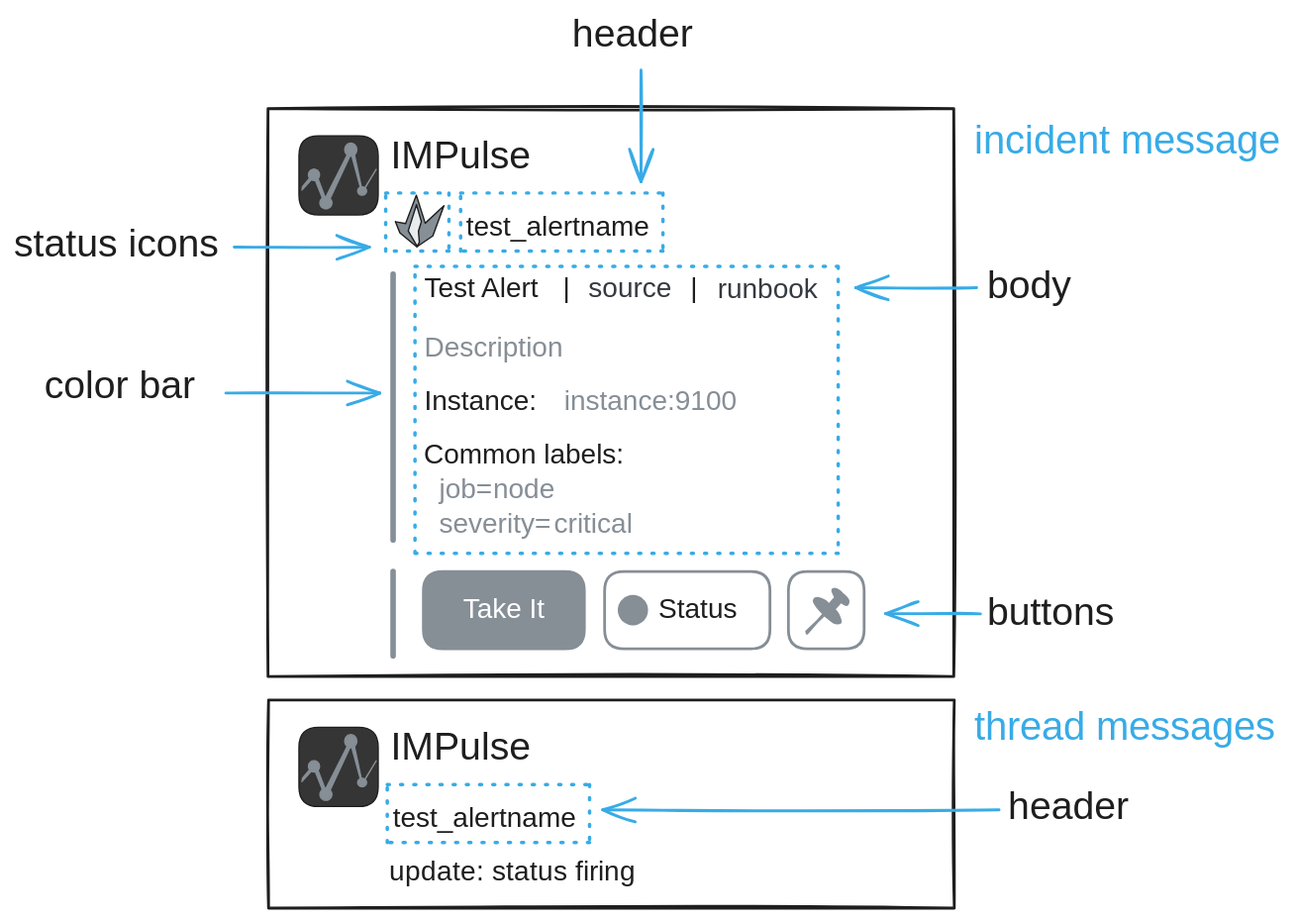
The Excalidraw diagram docs/content/media/impulse_slack_message_structure.excalidraw.svg in eslupmi/impulse, before a commit. Source tidied: one line per element, renumbered; positions are measured from the earlier drawing's top-left corner, leaving out a move shared by most shapes.
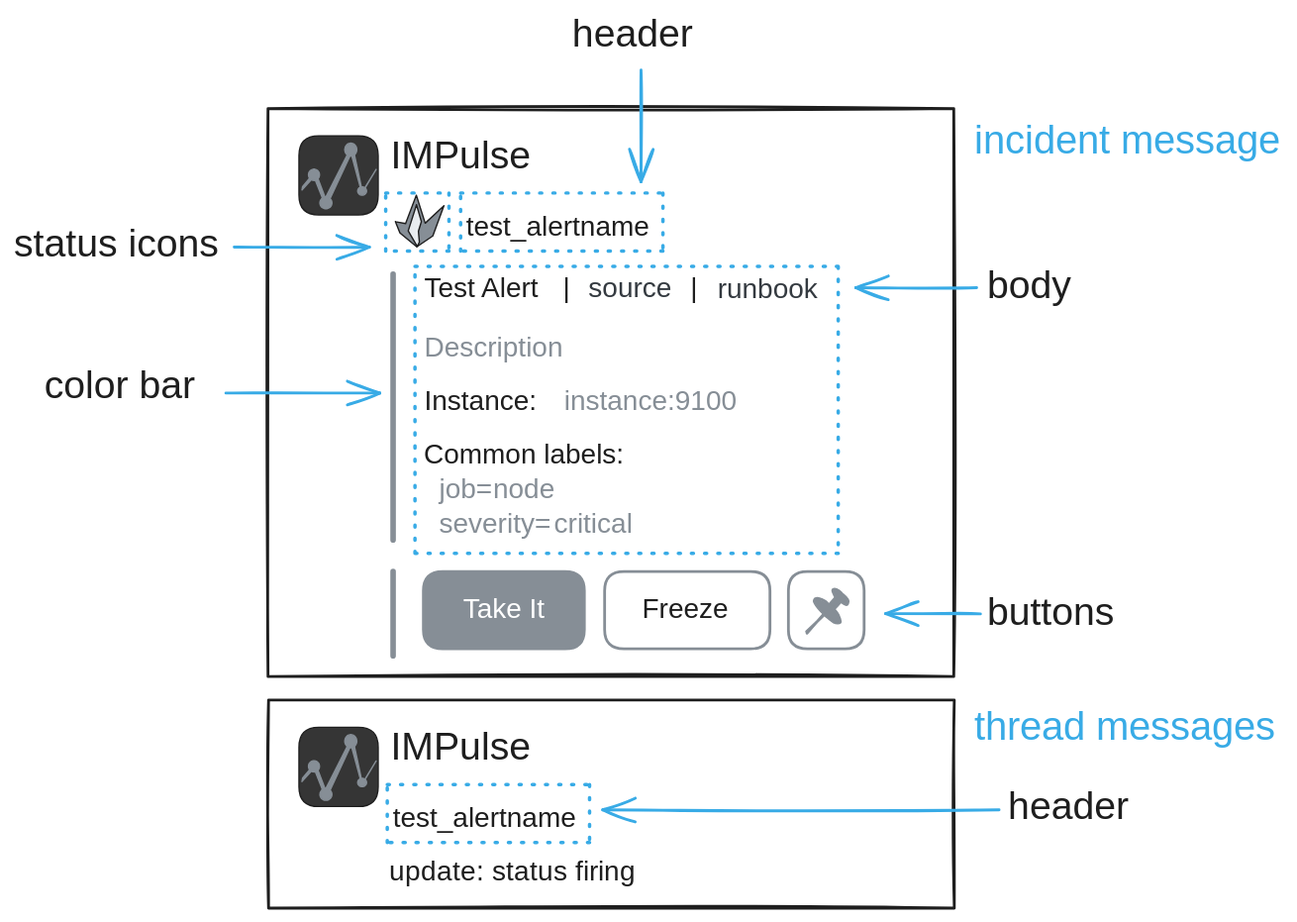
After the change.

Commit message:
Replace button Status with Freeze on docs images, update broken link

The edit, as a diff of the source:
```diff
@@ -36,8 +36,7 @@
 {"id": 35, "type": "rectangle", "strokeColor": "#868e96", "backgroundColor": "#868e96", "fillStyle": "solid", "strokeWidth": 2, "roughness": 0, "round": true, "x": 295, "y": 402, "width": 116, "height": 56}
 {"id": 36, "type": "text", "text": "Take It", "strokeColor": "#ffffff", "backgroundColor": "#099268", "fillStyle": "solid", "strokeWidth": 2, "roughness": 0, "fontSize": 20, "fontFamily": 2, "textAlign": "center", "verticalAlign": "middle", "inside": 35, "x": 324, "y": 419, "width": 59, "height": 23}
 {"id": 37, "type": "rectangle", "strokeColor": "#868e96", "backgroundColor": "#ffffff", "fillStyle": "solid", "strokeWidth": 2, "roughness": 0, "round": true, "x": 426, "y": 402, "width": 119, "height": 56}
-{"id": 38, "type": "text", "text": "Status", "strokeColor": "#1e1e1e", "backgroundColor": "#ffffff", "fillStyle": "solid", "strokeWidth": 2, "roughness": 0, "fontSize": 20, "fontFamily": 2, "textAlign": "right", "x": 465, "y": 419, "width": 57, "height": 23}
+{"id": 38, "type": "text", "text": "Freeze", "strokeColor": "#1e1e1e", "backgroundColor": "#ffffff", "fillStyle": "solid", "strokeWidth": 2, "roughness": 0, "fontSize": 20, "fontFamily": 2, "textAlign": "right", "x": 455, "y": 419, "width": 61, "height": 23}
-{"id": 39, "type": "ellipse", "strokeColor": "transparent", "backgroundColor": "#868e96", "fillStyle": "solid", "strokeWidth": 2, "roughness": 0, "round": true, "x": 436, "y": 419, "width": 22, "height": 22}
 {"id": 40, "type": "rectangle", "strokeColor": "#868e96", "backgroundColor": "#ffffff", "fillStyle": "solid", "strokeWidth": 2, "roughness": 0, "round": true, "x": 559, "y": 402, "width": 55, "height": 56}
 {"id": 41, "type": "ellipse", "strokeColor": "#868e96", "angle": 0.75, "backgroundColor": "#868e96", "fillStyle": "solid", "strokeWidth": 2, "roughness": 1, "round": true, "x": 590, "y": 418, "width": 14, "height": 4}
 {"id": 42, "type": "rectangle", "strokeColor": "#868e96", "angle": 0.75, "backgroundColor": "#868e96", "fillStyle": "solid", "strokeWidth": 2, "roughness": 1, "round": true, "x": 590, "y": 419, "width": 5, "height": 12}
```
